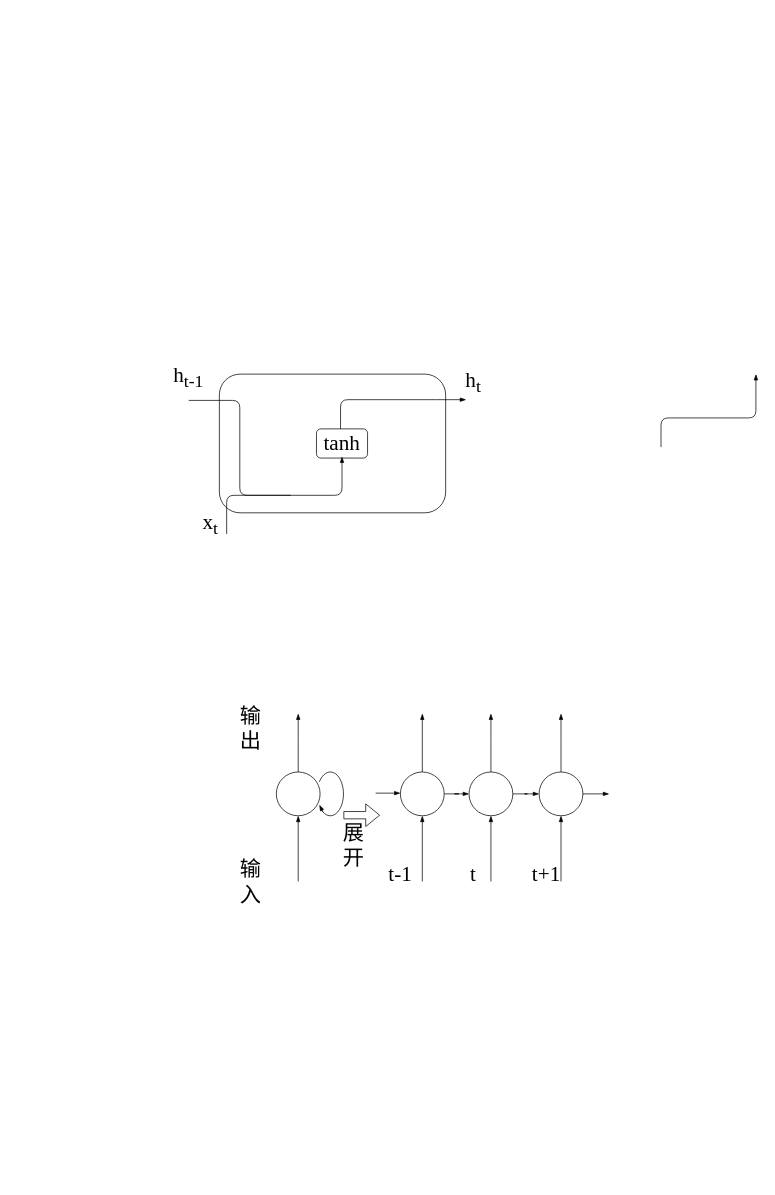
The draw.io diagram 论文rnn.drawio in ByronGe/ff, before the edit. Source tidied: cells renumbered, new cells numbered last; positions are measured from the earlier drawing's top-left corner, leaving out a move shared by most shapes. Both pictures are drawn from the tidied source at 73%, with x=0, y=0 at pixel (166, 356).
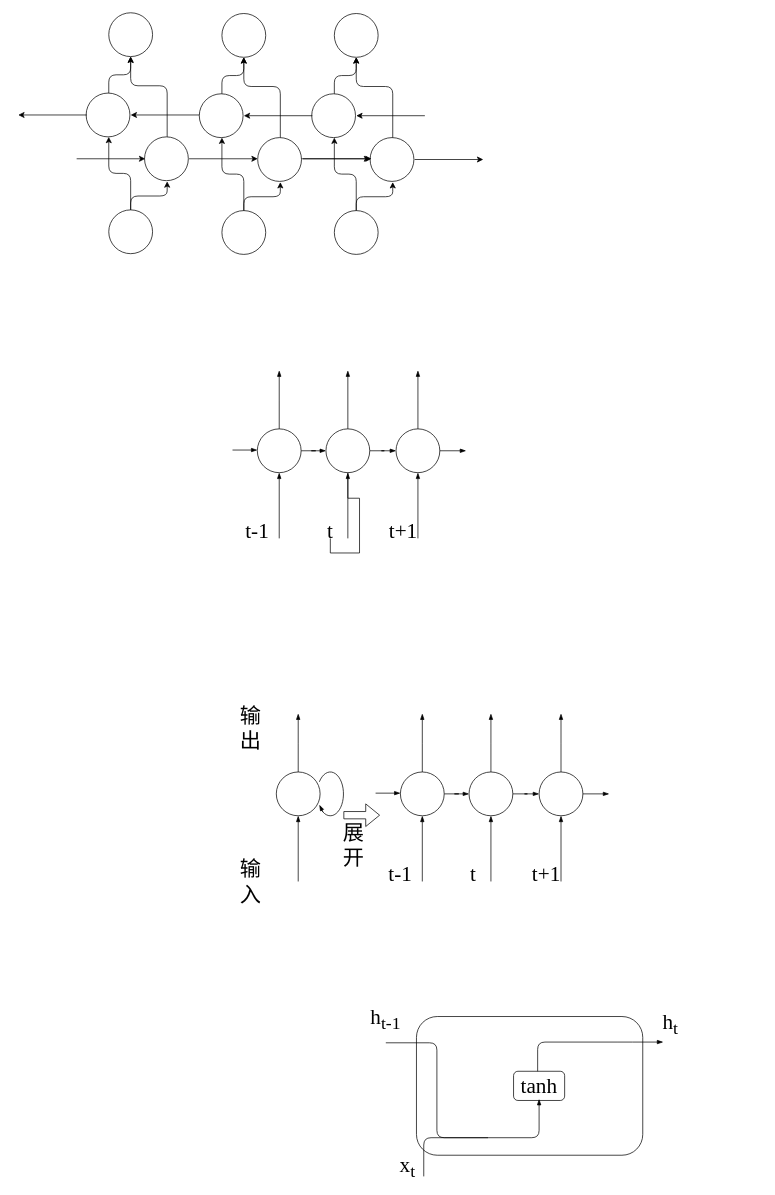
The same page after the edit.

Change to the diagram source:
```diff
@@
     <mxCell id="27" style="edgeStyle=elbowEdgeStyle;elbow=vertical;endArrow=blockThin;html=1;endFill=1;fontFamily=Times New Roman;fontSize=29;" parent="1" edge="1">
       <mxGeometry relative="1" as="geometry">
-        <mxPoint x="82" y="244" as="sourcePoint" />
-        <mxPoint x="240" y="138" as="targetPoint" />
+        <mxPoint x="352" y="1124" as="sourcePoint" />
+        <mxPoint x="510" y="1018" as="targetPoint" />
       </mxGeometry>
     </mxCell>
     <mxCell id="28" style="edgeStyle=elbowEdgeStyle;elbow=horizontal;endArrow=none;html=1;shadow=0;endFill=0;fontFamily=Times New Roman;fontSize=29;" parent="1" edge="1">
       <mxGeometry relative="1" as="geometry">
-        <mxPoint x="30" y="61" as="sourcePoint" />
-        <mxPoint x="170" y="191" as="targetPoint" />
+        <mxPoint x="300" y="941" as="sourcePoint" />
+        <mxPoint x="440" y="1071" as="targetPoint" />
       </mxGeometry>
     </mxCell>
     <mxCell id="29" value="&lt;font style=&quot;font-size: 29px;&quot;&gt;tanh&lt;/font&gt;" style="rounded=1;whiteSpace=wrap;html=1;fillColor=none;fontFamily=Times New Roman;fontSize=29;" parent="1" vertex="1">
-      <mxGeometry x="205" y="100" width="70" height="40" as="geometry" />
+      <mxGeometry x="475" y="980" width="70" height="40" as="geometry" />
     </mxCell>
-    <mxCell id="30" style="edgeStyle=elbowEdgeStyle;elbow=vertical;endArrow=blockThin;html=1;shadow=0;endFill=1;fontFamily=Times New Roman;fontSize=29;" parent="1" edge="1">
-      <mxGeometry relative="1" as="geometry">
-        <mxPoint x="677" y="125" as="sourcePoint" />
-        <mxPoint x="807" y="25" as="targetPoint" />
-        <Array as="points">
-          <mxPoint x="737" y="85" />
-        </Array>
-      </mxGeometry>
-    </mxCell>
     <mxCell id="31" style="endArrow=blockThin;html=1;shadow=0;endFill=1;fontFamily=Times New Roman;fontSize=29;" parent="1" edge="1">
       <mxGeometry relative="1" as="geometry">
-        <mxPoint x="238" y="100" as="sourcePoint" />
-        <mxPoint x="410" y="60" as="targetPoint" />
+        <mxPoint x="508" y="980" as="sourcePoint" />
+        <mxPoint x="680" y="940" as="targetPoint" />
         <Array as="points">
-          <mxPoint x="238" y="60" />
-          <mxPoint x="358" y="60" />
+          <mxPoint x="508" y="940" />
+          <mxPoint x="628" y="940" />
         </Array>
       </mxGeometry>
     </mxCell>
     <mxCell id="32" style="rounded=1;whiteSpace=wrap;html=1;fillColor=none;fontFamily=Times New Roman;fontSize=29;" parent="1" vertex="1">
-      <mxGeometry x="72" y="25" width="310" height="190" as="geometry" />
+      <mxGeometry x="342" y="905" width="310" height="190" as="geometry" />
     </mxCell>
     <mxCell id="33" value="x&lt;sub&gt;t&lt;/sub&gt;" style="text;html=1;strokeColor=none;fillColor=none;align=center;verticalAlign=middle;whiteSpace=wrap;rounded=0;fontFamily=Times New Roman;fontSize=29;" parent="1" vertex="1">
-      <mxGeometry x="40" y="220" width="40" height="20" as="geometry" />
+      <mxGeometry x="310" y="1100" width="40" height="20" as="geometry" />
     </mxCell>
     <mxCell id="34" value="h&lt;sub&gt;t-1&lt;/sub&gt;" style="text;html=1;strokeColor=none;fillColor=none;align=center;verticalAlign=middle;whiteSpace=wrap;rounded=0;fontFamily=Times New Roman;fontSize=29;" parent="1" vertex="1">
-      <mxGeometry width="60" height="55" as="geometry" />
+      <mxGeometry x="270" y="880" width="60" height="55" as="geometry" />
     </mxCell>
     <mxCell id="35" value="h&lt;sub&gt;t&lt;/sub&gt;" style="text;html=1;strokeColor=none;fillColor=none;align=center;verticalAlign=middle;whiteSpace=wrap;rounded=0;fontFamily=Times New Roman;fontSize=29;" parent="1" vertex="1">
-      <mxGeometry x="400" y="25" width="40" height="20" as="geometry" />
+      <mxGeometry x="670" y="905" width="40" height="20" as="geometry" />
     </mxCell>
+    <mxCell id="36" style="edgeStyle=orthogonalEdgeStyle;rounded=0;jettySize=auto;html=1;endArrow=blockThin;endFill=1;fontFamily=Times New Roman;fontSize=29;" parent="1" edge="1" source="38">
+      <mxGeometry relative="1" as="geometry">
+        <mxPoint x="154" y="20" as="targetPoint" />
+      </mxGeometry>
+    </mxCell>
+    <mxCell id="37" style="edgeStyle=orthogonalEdgeStyle;rounded=0;jettySize=auto;html=1;endArrow=blockThin;endFill=1;fontFamily=Times New Roman;fontSize=29;" parent="1" edge="1" source="38" target="42">
+      <mxGeometry relative="1" as="geometry" />
+    </mxCell>
+    <mxCell id="38" style="ellipse;whiteSpace=wrap;html=1;fontFamily=Times New Roman;fontSize=29;" parent="1" vertex="1">
+      <mxGeometry x="124" y="100" width="60" height="60" as="geometry" />
+    </mxCell>
+    <mxCell id="39" style="endArrow=blockThin;html=1;entryX=0.5;entryY=1;entryDx=0;entryDy=0;endFill=1;fontFamily=Times New Roman;fontSize=29;" parent="1" edge="1" target="38">
+      <mxGeometry relative="1" as="geometry">
+        <mxPoint x="154" y="250" as="sourcePoint" />
+      </mxGeometry>
+    </mxCell>
+    <mxCell id="40" style="edgeStyle=orthogonalEdgeStyle;rounded=0;jettySize=auto;html=1;endArrow=blockThin;endFill=1;fontFamily=Times New Roman;fontSize=29;" parent="1" edge="1" source="42">
+      <mxGeometry relative="1" as="geometry">
+        <mxPoint x="248" y="20" as="targetPoint" />
+      </mxGeometry>
+    </mxCell>
+    <mxCell id="41" style="edgeStyle=orthogonalEdgeStyle;rounded=0;jettySize=auto;html=1;endArrow=blockThin;endFill=1;fontFamily=Times New Roman;fontSize=29;" parent="1" edge="1" source="42" target="45">
+      <mxGeometry relative="1" as="geometry" />
+    </mxCell>
+    <mxCell id="42" style="ellipse;whiteSpace=wrap;html=1;fontFamily=Times New Roman;fontSize=29;" parent="1" vertex="1">
+      <mxGeometry x="218" y="100" width="60" height="60" as="geometry" />
+    </mxCell>
+    <mxCell id="43" style="endArrow=blockThin;html=1;entryX=0.5;entryY=1;entryDx=0;entryDy=0;endFill=1;fontFamily=Times New Roman;fontSize=29;" parent="1" edge="1" target="42">
+      <mxGeometry relative="1" as="geometry">
+        <mxPoint x="248" y="250" as="sourcePoint" />
+      </mxGeometry>
+    </mxCell>
+    <mxCell id="44" style="edgeStyle=orthogonalEdgeStyle;rounded=0;jettySize=auto;html=1;endArrow=blockThin;endFill=1;fontFamily=Times New Roman;fontSize=29;" parent="1" edge="1" source="45">
+      <mxGeometry relative="1" as="geometry">
+        <mxPoint x="344" y="20" as="targetPoint" />
+      </mxGeometry>
+    </mxCell>
+    <mxCell id="45" style="ellipse;whiteSpace=wrap;html=1;fontFamily=Times New Roman;fontSize=29;" parent="1" vertex="1">
+      <mxGeometry x="314" y="100" width="60" height="60" as="geometry" />
+    </mxCell>
+    <mxCell id="46" style="endArrow=blockThin;html=1;entryX=0.5;entryY=1;entryDx=0;entryDy=0;endFill=1;fontFamily=Times New Roman;fontSize=29;" parent="1" edge="1" target="45">
+      <mxGeometry relative="1" as="geometry">
+        <mxPoint x="344" y="250" as="sourcePoint" />
+      </mxGeometry>
+    </mxCell>
+    <mxCell id="47" style="edgeStyle=orthogonalEdgeStyle;rounded=0;orthogonalLoop=1;jettySize=auto;html=1;endArrow=blockThin;endFill=1;fontFamily=Times New Roman;fontSize=29;" parent="1" edge="1">
+      <mxGeometry relative="1" as="geometry">
+        <mxPoint x="374" y="130" as="sourcePoint" />
+        <mxPoint x="410" y="130" as="targetPoint" />
+      </mxGeometry>
+    </mxCell>
+    <mxCell id="48" style="edgeStyle=orthogonalEdgeStyle;rounded=0;orthogonalLoop=1;jettySize=auto;html=1;endArrow=blockThin;endFill=1;fontFamily=Times New Roman;fontSize=29;" parent="1" edge="1">
+      <mxGeometry relative="1" as="geometry">
+        <mxPoint x="90" y="129" as="sourcePoint" />
+        <mxPoint x="124" y="129" as="targetPoint" />
+      </mxGeometry>
+    </mxCell>
+    <mxCell id="49" style="edgeStyle=orthogonalEdgeStyle;rounded=0;jettySize=auto;html=1;exitX=0.5;exitY=1;exitDx=0;exitDy=0;shadow=0;endArrow=none;endFill=0;fontFamily=Times New Roman;fontSize=29;" parent="1" edge="1" source="50" target="42">
+      <mxGeometry relative="1" as="geometry" />
+    </mxCell>
+    <mxCell id="50" value="t" style="text;html=1;strokeColor=none;fillColor=none;align=center;verticalAlign=middle;whiteSpace=wrap;rounded=0;fontFamily=Times New Roman;fontSize=29;" parent="1" vertex="1">
+      <mxGeometry x="204" y="230" width="40" height="20" as="geometry" />
+    </mxCell>
+    <mxCell id="51" value="t+1" style="text;html=1;strokeColor=none;fillColor=none;align=center;verticalAlign=middle;whiteSpace=wrap;rounded=0;fontFamily=Times New Roman;fontSize=29;" parent="1" vertex="1">
+      <mxGeometry x="304" y="230" width="40" height="20" as="geometry" />
+    </mxCell>
+    <mxCell id="52" value="t-1" style="text;html=1;strokeColor=none;fillColor=none;align=center;verticalAlign=middle;whiteSpace=wrap;rounded=0;fontFamily=Times New Roman;fontSize=29;" parent="1" vertex="1">
+      <mxGeometry x="104" y="230" width="40" height="20" as="geometry" />
+    </mxCell>
+    <mxCell id="53" style="edgeStyle=orthogonalEdgeStyle;rounded=0;orthogonalLoop=1;jettySize=auto;html=1;fontSize=25;fontStyle=2;exitX=0;exitY=0.5;exitDx=0;exitDy=0;fontFamily=Times New Roman;" parent="1" edge="1">
+      <mxGeometry relative="1" as="geometry">
+        <mxPoint x="-109.5" y="-330" as="sourcePoint" />
+        <mxPoint x="-203.5" y="-330" as="targetPoint" />
+      </mxGeometry>
+    </mxCell>
+    <mxCell id="54" style="ellipse;whiteSpace=wrap;html=1;fontSize=25;fontStyle=2;fontFamily=Times New Roman;fillColor=none;" parent="1" vertex="1">
+      <mxGeometry x="-79.5" y="-200" width="60" height="60" as="geometry" />
+    </mxCell>
+    <mxCell id="55" style="edgeStyle=elbowEdgeStyle;elbow=vertical;endArrow=classic;html=1;fontSize=25;fontStyle=2;fontFamily=Times New Roman;" parent="1" edge="1">
+      <mxGeometry relative="1" as="geometry">
+        <mxPoint x="-49.5" y="-200" as="sourcePoint" />
+        <mxPoint x="0.5" y="-239" as="targetPoint" />
+      </mxGeometry>
+    </mxCell>
+    <mxCell id="56" style="edgeStyle=elbowEdgeStyle;elbow=vertical;endArrow=classic;html=1;fontSize=25;fontStyle=2;fontFamily=Times New Roman;" parent="1" edge="1">
+      <mxGeometry relative="1" as="geometry">
+        <mxPoint x="-49.5" y="-200" as="sourcePoint" />
+        <mxPoint x="-79.5" y="-300" as="targetPoint" />
+      </mxGeometry>
+    </mxCell>
+    <mxCell id="57" style="edgeStyle=elbowEdgeStyle;elbow=vertical;endArrow=classic;html=1;fontSize=25;fontStyle=2;fontFamily=Times New Roman;" parent="1" edge="1">
+      <mxGeometry relative="1" as="geometry">
+        <mxPoint x="-79.5" y="-360" as="sourcePoint" />
+        <mxPoint x="-49.5" y="-410" as="targetPoint" />
+      </mxGeometry>
+    </mxCell>
+    <mxCell id="58" style="edgeStyle=elbowEdgeStyle;elbow=vertical;endArrow=classic;html=1;fontSize=25;fontStyle=2;fontFamily=Times New Roman;" parent="1" edge="1">
+      <mxGeometry relative="1" as="geometry">
+        <mxPoint x="0.5" y="-300" as="sourcePoint" />
+        <mxPoint x="-49.5" y="-410" as="targetPoint" />
+        <Array as="points">
+          <mxPoint x="-19.5" y="-370" />
+        </Array>
+      </mxGeometry>
+    </mxCell>
+    <mxCell id="59" style="ellipse;whiteSpace=wrap;html=1;fontSize=25;fontStyle=2;fontFamily=Times New Roman;fillColor=none;" parent="1" vertex="1">
+      <mxGeometry x="-79.5" y="-470" width="60" height="60" as="geometry" />
+    </mxCell>
+    <mxCell id="60" style="endArrow=classic;html=1;exitX=1;exitY=0.5;exitDx=0;exitDy=0;entryX=0;entryY=0.5;entryDx=0;entryDy=0;fontSize=25;fontStyle=2;fontFamily=Times New Roman;" parent="1" edge="1">
+      <mxGeometry relative="1" as="geometry">
+        <mxPoint x="-123.5" y="-270" as="sourcePoint" />
+        <mxPoint x="-29.5" y="-270" as="targetPoint" />
+      </mxGeometry>
+    </mxCell>
+    <mxCell id="61" style="endArrow=classic;html=1;exitX=1;exitY=0.5;exitDx=0;exitDy=0;entryX=0;entryY=0.5;entryDx=0;entryDy=0;fontSize=25;fontStyle=2;fontFamily=Times New Roman;" parent="1" edge="1">
+      <mxGeometry relative="1" as="geometry">
+        <mxPoint x="30.5" y="-270" as="sourcePoint" />
+        <mxPoint x="124.5" y="-270" as="targetPoint" />
+      </mxGeometry>
+    </mxCell>
+    <mxCell id="62" style="endArrow=classic;html=1;exitX=1;exitY=0.5;exitDx=0;exitDy=0;entryX=0;entryY=0.5;entryDx=0;entryDy=0;fontSize=25;fontStyle=2;fontFamily=Times New Roman;" parent="1" edge="1">
+      <mxGeometry relative="1" as="geometry">
+        <mxPoint x="44.5" y="-330" as="sourcePoint" />
+        <mxPoint x="-49.5" y="-330" as="targetPoint" />
+      </mxGeometry>
+    </mxCell>
+    <mxCell id="63" style="ellipse;whiteSpace=wrap;html=1;fontSize=25;fontStyle=2;fontFamily=Times New Roman;fillColor=none;" parent="1" vertex="1">
+      <mxGeometry x="-110.5" y="-360" width="60" height="60" as="geometry" />
+    </mxCell>
+    <mxCell id="64" style="ellipse;whiteSpace=wrap;html=1;fontSize=25;fontStyle=2;fontFamily=Times New Roman;fillColor=none;" parent="1" vertex="1">
+      <mxGeometry x="-30.5" y="-300" width="60" height="60" as="geometry" />
+    </mxCell>
+    <mxCell id="65" style="ellipse;whiteSpace=wrap;html=1;fontSize=25;fontStyle=2;fontFamily=Times New Roman;fillColor=none;" parent="1" vertex="1">
+      <mxGeometry x="75.5" y="-199" width="60" height="60" as="geometry" />
+    </mxCell>
+    <mxCell id="66" style="edgeStyle=elbowEdgeStyle;elbow=vertical;endArrow=classic;html=1;fontSize=25;fontStyle=2;fontFamily=Times New Roman;" parent="1" edge="1">
+      <mxGeometry relative="1" as="geometry">
+        <mxPoint x="105.5" y="-199" as="sourcePoint" />
+        <mxPoint x="155.5" y="-238" as="targetPoint" />
+      </mxGeometry>
+    </mxCell>
+    <mxCell id="67" style="edgeStyle=elbowEdgeStyle;elbow=vertical;endArrow=classic;html=1;fontSize=25;fontStyle=2;fontFamily=Times New Roman;" parent="1" edge="1">
+      <mxGeometry relative="1" as="geometry">
+        <mxPoint x="105.5" y="-199" as="sourcePoint" />
+        <mxPoint x="75.5" y="-299" as="targetPoint" />
+      </mxGeometry>
+    </mxCell>
+    <mxCell id="68" style="edgeStyle=elbowEdgeStyle;elbow=vertical;endArrow=classic;html=1;fontSize=25;fontStyle=2;fontFamily=Times New Roman;" parent="1" edge="1">
+      <mxGeometry relative="1" as="geometry">
+        <mxPoint x="75.5" y="-359" as="sourcePoint" />
+        <mxPoint x="105.5" y="-409" as="targetPoint" />
+      </mxGeometry>
+    </mxCell>
+    <mxCell id="69" style="edgeStyle=elbowEdgeStyle;elbow=vertical;endArrow=classic;html=1;fontSize=25;fontStyle=2;fontFamily=Times New Roman;" parent="1" edge="1">
+      <mxGeometry relative="1" as="geometry">
+        <mxPoint x="155.5" y="-299" as="sourcePoint" />
+        <mxPoint x="105.5" y="-409" as="targetPoint" />
+        <Array as="points">
+          <mxPoint x="135.5" y="-369" />
+        </Array>
+      </mxGeometry>
+    </mxCell>
+    <mxCell id="70" style="ellipse;whiteSpace=wrap;html=1;fontSize=25;fontStyle=2;fontFamily=Times New Roman;fillColor=none;" parent="1" vertex="1">
+      <mxGeometry x="75.5" y="-469" width="60" height="60" as="geometry" />
+    </mxCell>
+    <mxCell id="71" style="endArrow=classic;html=1;exitX=1;exitY=0.5;exitDx=0;exitDy=0;entryX=0;entryY=0.5;entryDx=0;entryDy=0;fontSize=25;fontStyle=2;fontFamily=Times New Roman;" parent="1" edge="1">
+      <mxGeometry relative="1" as="geometry">
+        <mxPoint x="186.5" y="-270" as="sourcePoint" />
+        <mxPoint x="280.5" y="-270" as="targetPoint" />
+      </mxGeometry>
+    </mxCell>
+    <mxCell id="72" style="endArrow=classic;html=1;exitX=1;exitY=0.5;exitDx=0;exitDy=0;entryX=0;entryY=0.5;entryDx=0;entryDy=0;fontSize=25;fontStyle=2;fontFamily=Times New Roman;" parent="1" edge="1">
+      <mxGeometry relative="1" as="geometry">
+        <mxPoint x="199.5" y="-329" as="sourcePoint" />
+        <mxPoint x="105.5" y="-329" as="targetPoint" />
+      </mxGeometry>
+    </mxCell>
+    <mxCell id="73" style="ellipse;whiteSpace=wrap;html=1;fontSize=25;fontStyle=2;fontFamily=Times New Roman;fillColor=none;" parent="1" vertex="1">
+      <mxGeometry x="44.5" y="-359" width="60" height="60" as="geometry" />
+    </mxCell>
+    <mxCell id="74" style="ellipse;whiteSpace=wrap;html=1;fontSize=25;fontStyle=2;fontFamily=Times New Roman;fillColor=none;" parent="1" vertex="1">
+      <mxGeometry x="124.5" y="-299" width="60" height="60" as="geometry" />
+    </mxCell>
+    <mxCell id="75" style="endArrow=classic;html=1;exitX=1;exitY=0.5;exitDx=0;exitDy=0;entryX=0;entryY=0.5;entryDx=0;entryDy=0;fontSize=25;fontStyle=2;fontFamily=Times New Roman;" parent="1" edge="1">
+      <mxGeometry relative="1" as="geometry">
+        <mxPoint x="184.5" y="-270" as="sourcePoint" />
+        <mxPoint x="278.5" y="-270" as="targetPoint" />
+      </mxGeometry>
+    </mxCell>
+    <mxCell id="76" style="ellipse;whiteSpace=wrap;html=1;fontSize=25;fontStyle=2;fontFamily=Times New Roman;fillColor=none;" parent="1" vertex="1">
+      <mxGeometry x="229.5" y="-199" width="60" height="60" as="geometry" />
+    </mxCell>
+    <mxCell id="77" style="edgeStyle=elbowEdgeStyle;elbow=vertical;endArrow=classic;html=1;fontSize=25;fontStyle=2;fontFamily=Times New Roman;" parent="1" edge="1">
+      <mxGeometry relative="1" as="geometry">
+        <mxPoint x="259.5" y="-199" as="sourcePoint" />
+        <mxPoint x="309.5" y="-238" as="targetPoint" />
+      </mxGeometry>
+    </mxCell>
+    <mxCell id="78" style="edgeStyle=elbowEdgeStyle;elbow=vertical;endArrow=classic;html=1;fontSize=25;fontStyle=2;fontFamily=Times New Roman;" parent="1" edge="1">
+      <mxGeometry relative="1" as="geometry">
+        <mxPoint x="259.5" y="-199" as="sourcePoint" />
+        <mxPoint x="229.5" y="-299" as="targetPoint" />
+      </mxGeometry>
+    </mxCell>
+    <mxCell id="79" style="edgeStyle=elbowEdgeStyle;elbow=vertical;endArrow=classic;html=1;fontSize=25;fontStyle=2;fontFamily=Times New Roman;" parent="1" edge="1">
+      <mxGeometry relative="1" as="geometry">
+        <mxPoint x="229.5" y="-359" as="sourcePoint" />
+        <mxPoint x="259.5" y="-409" as="targetPoint" />
+      </mxGeometry>
+    </mxCell>
+    <mxCell id="80" style="edgeStyle=elbowEdgeStyle;elbow=vertical;endArrow=classic;html=1;fontSize=25;fontStyle=2;fontFamily=Times New Roman;" parent="1" edge="1">
+      <mxGeometry relative="1" as="geometry">
+        <mxPoint x="309.5" y="-299" as="sourcePoint" />
+        <mxPoint x="259.5" y="-409" as="targetPoint" />
+        <Array as="points">
+          <mxPoint x="289.5" y="-369" />
+        </Array>
+      </mxGeometry>
+    </mxCell>
+    <mxCell id="81" style="ellipse;whiteSpace=wrap;html=1;fontSize=25;fontStyle=2;fontFamily=Times New Roman;fillColor=none;" parent="1" vertex="1">
+      <mxGeometry x="229.5" y="-469" width="60" height="60" as="geometry" />
+    </mxCell>
+    <mxCell id="82" style="endArrow=classic;html=1;exitX=1;exitY=0.5;exitDx=0;exitDy=0;entryX=0;entryY=0.5;entryDx=0;entryDy=0;fontSize=25;fontStyle=2;fontFamily=Times New Roman;" parent="1" edge="1">
+      <mxGeometry relative="1" as="geometry">
+        <mxPoint x="339.5" y="-269" as="sourcePoint" />
+        <mxPoint x="433.5" y="-269" as="targetPoint" />
+      </mxGeometry>
+    </mxCell>
+    <mxCell id="83" style="endArrow=classic;html=1;exitX=1;exitY=0.5;exitDx=0;exitDy=0;entryX=0;entryY=0.5;entryDx=0;entryDy=0;fontSize=25;fontStyle=2;fontFamily=Times New Roman;" parent="1" edge="1">
+      <mxGeometry relative="1" as="geometry">
+        <mxPoint x="353.5" y="-329" as="sourcePoint" />
+        <mxPoint x="259.5" y="-329" as="targetPoint" />
+      </mxGeometry>
+    </mxCell>
+    <mxCell id="84" style="ellipse;whiteSpace=wrap;html=1;fontSize=25;fontStyle=2;fontFamily=Times New Roman;fillColor=none;" parent="1" vertex="1">
+      <mxGeometry x="198.5" y="-359" width="60" height="60" as="geometry" />
+    </mxCell>
+    <mxCell id="85" style="ellipse;whiteSpace=wrap;html=1;fontSize=25;fontStyle=2;fontFamily=Times New Roman;fillColor=none;" parent="1" vertex="1">
+      <mxGeometry x="278.5" y="-299" width="60" height="60" as="geometry" />
+    </mxCell>
```
